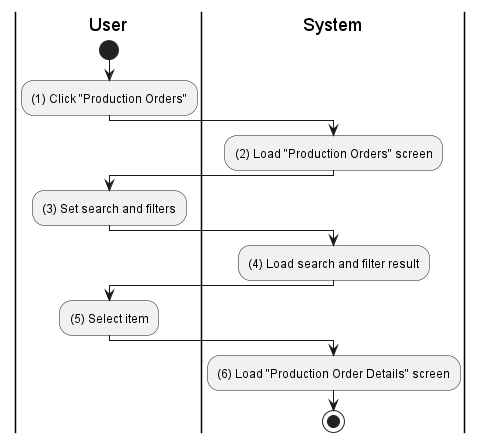
Above: activities/production-order-view.png in phihungha/scmss-reqs (PlantUML), before the change. The source it was exported from:
```plantuml
@startuml production-order-view
|u|User
|s|System

|u|
start
:(1) Click "Production Orders";

|s|
:(2) Load "Production Orders" screen;

|u|
:(3) Set search and filters;

|s|
:(4) Load search and filter result;

|u|
:(5) Select item;

|s|
:(6) Load "Production Order Details" screen;
stop
@enduml
```
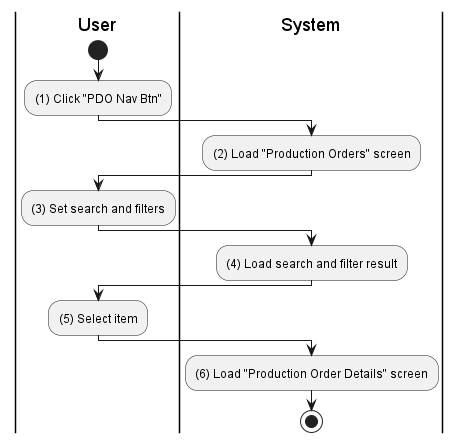
Later version of the same file.

The edit, as a diff of the source:
```diff
@@ -4,7 +4,7 @@
 
 |u|
 start
-:(1) Click "Production Orders";
+:(1) Click "PDO Nav Btn";
 
 |s|
 :(2) Load "Production Orders" screen;
```
